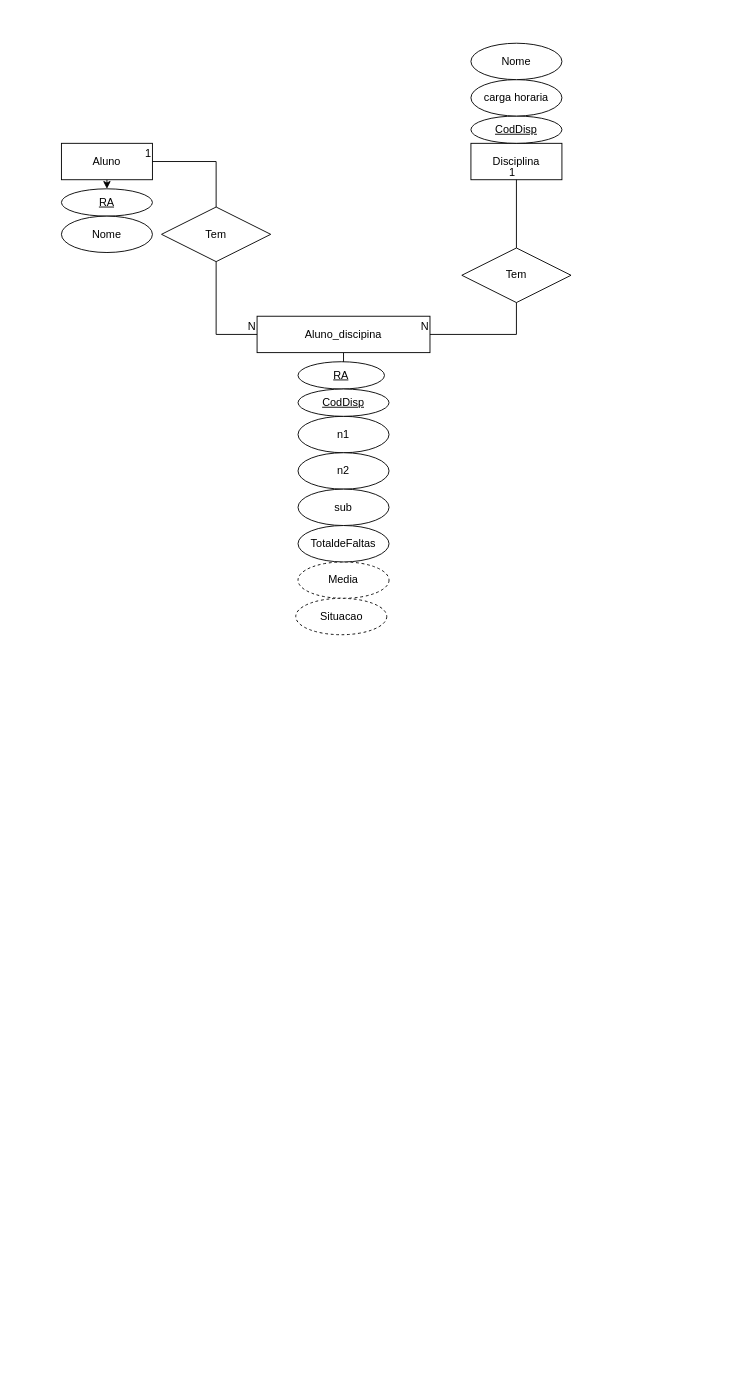
Before: Diagrama sem nome.drawio in JoaoMazzoni/DBControleAcademico, a draw.io diagram. Source tidied: cells renumbered, new cells numbered last; positions are measured from the earlier drawing's top-left corner, leaving out a move shared by most shapes. Both pictures are drawn from the tidied source at 91%, with x=0, y=0 at pixel (61, 43).
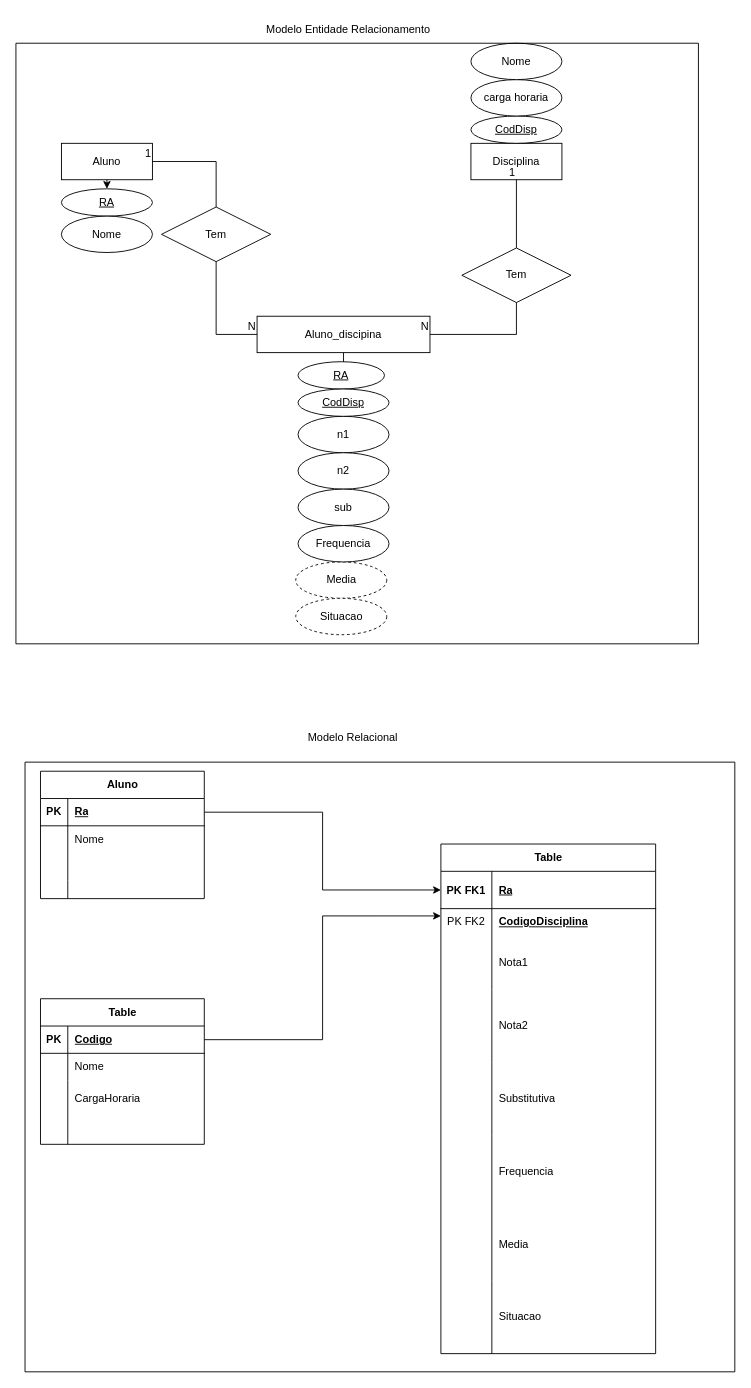
The same page after the edit.

Diff of the diagram source:
```diff
@@
     <mxCell id="13" value="Media" style="ellipse;whiteSpace=wrap;html=1;align=center;dashed=1;" parent="1" vertex="1">
-      <mxGeometry x="260" y="570" width="100" height="40" as="geometry" />
+      <mxGeometry x="257.5" y="570" width="100" height="40" as="geometry" />
     </mxCell>
-    <mxCell id="14" value="TotaldeFaltas" style="ellipse;whiteSpace=wrap;html=1;align=center;" parent="1" vertex="1">
+    <mxCell id="14" value="Frequencia" style="ellipse;whiteSpace=wrap;html=1;align=center;" parent="1" vertex="1">
       <mxGeometry x="260" y="530" width="100" height="40" as="geometry" />
     </mxCell>
@@
+    <mxCell id="30" value="Modelo Entidade Relacionamento" style="text;html=1;align=center;verticalAlign=middle;strokeColor=none;fillColor=none;" parent="1" vertex="1">
+      <mxGeometry x="215" y="-30" width="200" height="30" as="geometry" />
+    </mxCell>
+    <mxCell id="31" style="swimlane;startSize=0;" parent="1" vertex="1">
+      <mxGeometry x="-50" width="750" height="660" as="geometry" />
+    </mxCell>
+    <mxCell id="32" value="Aluno" style="shape=table;startSize=30;childLayout=tableLayout;rowLines=0;fontStyle=1;align=center;html=1;" parent="1" vertex="1">
+      <mxGeometry x="-23" y="800" width="180" height="140" as="geometry" />
+    </mxCell>
+    <mxCell id="33" style="shape=tableRow;horizontal=0;startSize=0;swimlaneHead=0;swimlaneBody=0;fillColor=none;points=[[0,0.5],[1,0.5]];portConstraint=eastwest;top=0;left=0;right=0;bottom=1;" parent="32" vertex="1">
+      <mxGeometry y="30" width="180" height="30" as="geometry" />
+    </mxCell>
+    <mxCell id="34" value="PK" style="shape=partialRectangle;fillColor=none;top=0;left=0;bottom=0;right=0;fontStyle=1;overflow=hidden;whiteSpace=wrap;html=1;" parent="33" vertex="1">
+      <mxGeometry width="30" height="30" as="geometry" />
+    </mxCell>
+    <mxCell id="35" value="Ra" style="shape=partialRectangle;fillColor=none;top=0;left=0;bottom=0;right=0;align=left;spacingLeft=6;fontStyle=5;overflow=hidden;whiteSpace=wrap;html=1;" parent="33" vertex="1">
+      <mxGeometry x="30" width="150" height="30" as="geometry" />
+    </mxCell>
+    <mxCell id="36" style="shape=tableRow;horizontal=0;startSize=0;swimlaneHead=0;swimlaneBody=0;fillColor=none;top=0;left=0;right=0;bottom=0;" parent="32" vertex="1">
+      <mxGeometry y="60" width="180" height="30" as="geometry" />
+    </mxCell>
+    <mxCell id="37" style="shape=partialRectangle;fillColor=none;top=0;left=0;bottom=0;right=0;overflow=hidden;whiteSpace=wrap;html=1;" parent="36" vertex="1">
+      <mxGeometry width="30" height="30" as="geometry" />
+    </mxCell>
+    <mxCell id="38" value="Nome" style="shape=partialRectangle;fillColor=none;top=0;left=0;bottom=0;right=0;align=left;spacingLeft=6;overflow=hidden;whiteSpace=wrap;html=1;" parent="36" vertex="1">
+      <mxGeometry x="30" width="150" height="30" as="geometry" />
+    </mxCell>
+    <mxCell id="39" style="shape=tableRow;horizontal=0;startSize=0;swimlaneHead=0;swimlaneBody=0;fillColor=none;top=0;left=0;right=0;bottom=0;" parent="32" vertex="1">
+      <mxGeometry y="90" width="180" height="30" as="geometry" />
+    </mxCell>
+    <mxCell id="40" style="shape=partialRectangle;fillColor=none;top=0;left=0;bottom=0;right=0;overflow=hidden;whiteSpace=wrap;html=1;" parent="39" vertex="1">
+      <mxGeometry width="30" height="30" as="geometry" />
+    </mxCell>
+    <mxCell id="41" style="shape=partialRectangle;fillColor=none;top=0;left=0;bottom=0;right=0;align=left;spacingLeft=6;overflow=hidden;whiteSpace=wrap;html=1;" parent="39" vertex="1">
+      <mxGeometry x="30" width="150" height="30" as="geometry" />
+    </mxCell>
+    <mxCell id="42" style="shape=tableRow;horizontal=0;startSize=0;swimlaneHead=0;swimlaneBody=0;fillColor=none;top=0;left=0;right=0;bottom=0;" parent="32" vertex="1">
+      <mxGeometry y="120" width="180" height="20" as="geometry" />
+    </mxCell>
+    <mxCell id="43" style="shape=partialRectangle;fillColor=none;top=0;left=0;bottom=0;right=0;overflow=hidden;whiteSpace=wrap;html=1;" parent="42" vertex="1">
+      <mxGeometry width="30" height="20" as="geometry" />
+    </mxCell>
+    <mxCell id="44" style="shape=partialRectangle;fillColor=none;top=0;left=0;bottom=0;right=0;align=left;spacingLeft=6;overflow=hidden;whiteSpace=wrap;html=1;" parent="42" vertex="1">
+      <mxGeometry x="30" width="150" height="20" as="geometry" />
+    </mxCell>
+    <mxCell id="45" value="Table" style="shape=table;startSize=30;childLayout=tableLayout;rowLines=0;fontStyle=1;align=center;html=1;" parent="1" vertex="1">
+      <mxGeometry x="417" y="880" width="236" height="560" as="geometry" />
+    </mxCell>
+    <mxCell id="46" style="shape=tableRow;horizontal=0;startSize=0;swimlaneHead=0;swimlaneBody=0;fillColor=none;points=[[0,0.5],[1,0.5]];portConstraint=eastwest;top=0;left=0;right=0;bottom=1;" parent="45" vertex="1">
+      <mxGeometry y="30" width="236" height="41" as="geometry" />
+    </mxCell>
+    <mxCell id="47" value="PK FK1" style="shape=partialRectangle;fillColor=none;top=0;left=0;bottom=0;right=0;fontStyle=1;overflow=hidden;whiteSpace=wrap;html=1;" parent="46" vertex="1">
+      <mxGeometry width="56" height="41" as="geometry" />
+    </mxCell>
+    <mxCell id="48" value="Ra" style="shape=partialRectangle;fillColor=none;top=0;left=0;bottom=0;right=0;align=left;spacingLeft=6;fontStyle=5;overflow=hidden;whiteSpace=wrap;html=1;" parent="46" vertex="1">
+      <mxGeometry x="56" width="180" height="41" as="geometry" />
+    </mxCell>
+    <mxCell id="49" style="shape=tableRow;horizontal=0;startSize=0;swimlaneHead=0;swimlaneBody=0;fillColor=none;points=[[0,0.5],[1,0.5]];portConstraint=eastwest;top=0;left=0;right=0;bottom=0;" parent="45" vertex="1">
+      <mxGeometry y="71" width="236" height="30" as="geometry" />
+    </mxCell>
+    <mxCell id="50" value="PK FK2" style="shape=partialRectangle;fillColor=none;top=0;left=0;bottom=0;right=0;overflow=hidden;whiteSpace=wrap;html=1;" parent="49" vertex="1">
+      <mxGeometry width="56" height="30" as="geometry" />
+    </mxCell>
+    <mxCell id="51" value="&lt;b&gt;&lt;u&gt;CodigoDisciplina&lt;/u&gt;&lt;/b&gt;" style="shape=partialRectangle;fillColor=none;top=0;left=0;bottom=0;right=0;align=left;spacingLeft=6;overflow=hidden;whiteSpace=wrap;html=1;" parent="49" vertex="1">
+      <mxGeometry x="56" width="180" height="30" as="geometry" />
+    </mxCell>
+    <mxCell id="52" style="shape=tableRow;horizontal=0;startSize=0;swimlaneHead=0;swimlaneBody=0;fillColor=none;top=0;left=0;right=0;bottom=0;" parent="45" vertex="1">
+      <mxGeometry y="101" width="236" height="59" as="geometry" />
+    </mxCell>
+    <mxCell id="53" style="shape=partialRectangle;fillColor=none;top=0;left=0;bottom=0;right=0;overflow=hidden;whiteSpace=wrap;html=1;" parent="52" vertex="1">
+      <mxGeometry width="56" height="59" as="geometry" />
+    </mxCell>
+    <mxCell id="54" value="Nota1" style="shape=partialRectangle;fillColor=none;top=0;left=0;bottom=0;right=0;align=left;spacingLeft=6;overflow=hidden;whiteSpace=wrap;html=1;" parent="52" vertex="1">
+      <mxGeometry x="56" width="180" height="59" as="geometry" />
+    </mxCell>
+    <mxCell id="55" style="shape=tableRow;horizontal=0;startSize=0;swimlaneHead=0;swimlaneBody=0;fillColor=none;top=0;left=0;right=0;bottom=0;" parent="45" vertex="1">
+      <mxGeometry y="160" width="236" height="80" as="geometry" />
+    </mxCell>
+    <mxCell id="56" style="shape=partialRectangle;fillColor=none;top=0;left=0;bottom=0;right=0;overflow=hidden;whiteSpace=wrap;html=1;" parent="55" vertex="1">
+      <mxGeometry width="56" height="80" as="geometry" />
+    </mxCell>
+    <mxCell id="57" value="Nota2" style="shape=partialRectangle;fillColor=none;top=0;left=0;bottom=0;right=0;align=left;spacingLeft=6;overflow=hidden;whiteSpace=wrap;html=1;" parent="55" vertex="1">
+      <mxGeometry x="56" width="180" height="80" as="geometry" />
+    </mxCell>
+    <mxCell id="58" style="shape=tableRow;horizontal=0;startSize=0;swimlaneHead=0;swimlaneBody=0;fillColor=none;top=0;left=0;right=0;bottom=0;" parent="45" vertex="1">
+      <mxGeometry y="240" width="236" height="80" as="geometry" />
+    </mxCell>
+    <mxCell id="59" style="shape=partialRectangle;fillColor=none;top=0;left=0;bottom=0;right=0;overflow=hidden;whiteSpace=wrap;html=1;" parent="58" vertex="1">
+      <mxGeometry width="56" height="80" as="geometry" />
+    </mxCell>
+    <mxCell id="60" value="Substitutiva" style="shape=partialRectangle;fillColor=none;top=0;left=0;bottom=0;right=0;align=left;spacingLeft=6;overflow=hidden;whiteSpace=wrap;html=1;" parent="58" vertex="1">
+      <mxGeometry x="56" width="180" height="80" as="geometry" />
+    </mxCell>
+    <mxCell id="61" style="shape=tableRow;horizontal=0;startSize=0;swimlaneHead=0;swimlaneBody=0;fillColor=none;top=0;left=0;right=0;bottom=0;" parent="45" vertex="1">
+      <mxGeometry y="320" width="236" height="80" as="geometry" />
+    </mxCell>
+    <mxCell id="62" style="shape=partialRectangle;fillColor=none;top=0;left=0;bottom=0;right=0;overflow=hidden;whiteSpace=wrap;html=1;" parent="61" vertex="1">
+      <mxGeometry width="56" height="80" as="geometry" />
+    </mxCell>
+    <mxCell id="63" value="Frequencia" style="shape=partialRectangle;fillColor=none;top=0;left=0;bottom=0;right=0;align=left;spacingLeft=6;overflow=hidden;whiteSpace=wrap;html=1;" parent="61" vertex="1">
+      <mxGeometry x="56" width="180" height="80" as="geometry" />
+    </mxCell>
+    <mxCell id="64" style="shape=tableRow;horizontal=0;startSize=0;swimlaneHead=0;swimlaneBody=0;fillColor=none;top=0;left=0;right=0;bottom=0;" parent="45" vertex="1">
+      <mxGeometry y="400" width="236" height="80" as="geometry" />
+    </mxCell>
+    <mxCell id="65" style="shape=partialRectangle;fillColor=none;top=0;left=0;bottom=0;right=0;overflow=hidden;whiteSpace=wrap;html=1;" parent="64" vertex="1">
+      <mxGeometry width="56" height="80" as="geometry" />
+    </mxCell>
+    <mxCell id="66" value="Media" style="shape=partialRectangle;fillColor=none;top=0;left=0;bottom=0;right=0;align=left;spacingLeft=6;overflow=hidden;whiteSpace=wrap;html=1;" parent="64" vertex="1">
+      <mxGeometry x="56" width="180" height="80" as="geometry" />
+    </mxCell>
+    <mxCell id="67" style="shape=tableRow;horizontal=0;startSize=0;swimlaneHead=0;swimlaneBody=0;fillColor=none;top=0;left=0;right=0;bottom=0;" parent="45" vertex="1">
+      <mxGeometry y="480" width="236" height="80" as="geometry" />
+    </mxCell>
+    <mxCell id="68" style="shape=partialRectangle;fillColor=none;top=0;left=0;bottom=0;right=0;overflow=hidden;whiteSpace=wrap;html=1;" parent="67" vertex="1">
+      <mxGeometry width="56" height="80" as="geometry" />
+    </mxCell>
+    <mxCell id="69" value="Situacao" style="shape=partialRectangle;fillColor=none;top=0;left=0;bottom=0;right=0;align=left;spacingLeft=6;overflow=hidden;whiteSpace=wrap;html=1;" parent="67" vertex="1">
+      <mxGeometry x="56" width="180" height="80" as="geometry" />
+    </mxCell>
+    <mxCell id="70" value="Table" style="shape=table;startSize=30;childLayout=tableLayout;rowLines=0;fontStyle=1;align=center;html=1;" parent="1" vertex="1">
+      <mxGeometry x="-23" y="1050" width="180" height="160" as="geometry" />
+    </mxCell>
+    <mxCell id="71" style="shape=tableRow;horizontal=0;startSize=0;swimlaneHead=0;swimlaneBody=0;fillColor=none;points=[[0,0.5],[1,0.5]];portConstraint=eastwest;top=0;left=0;right=0;bottom=1;" parent="70" vertex="1">
+      <mxGeometry y="30" width="180" height="30" as="geometry" />
+    </mxCell>
+    <mxCell id="72" value="PK" style="shape=partialRectangle;fillColor=none;top=0;left=0;bottom=0;right=0;fontStyle=1;overflow=hidden;whiteSpace=wrap;html=1;" parent="71" vertex="1">
+      <mxGeometry width="30" height="30" as="geometry" />
+    </mxCell>
+    <mxCell id="73" value="Codigo" style="shape=partialRectangle;fillColor=none;top=0;left=0;bottom=0;right=0;align=left;spacingLeft=6;fontStyle=5;overflow=hidden;whiteSpace=wrap;html=1;" parent="71" vertex="1">
+      <mxGeometry x="30" width="150" height="30" as="geometry" />
+    </mxCell>
+    <mxCell id="74" style="shape=tableRow;horizontal=0;startSize=0;swimlaneHead=0;swimlaneBody=0;fillColor=none;top=0;left=0;right=0;bottom=0;" parent="70" vertex="1">
+      <mxGeometry y="60" width="180" height="30" as="geometry" />
+    </mxCell>
+    <mxCell id="75" style="shape=partialRectangle;fillColor=none;top=0;left=0;bottom=0;right=0;overflow=hidden;whiteSpace=wrap;html=1;" parent="74" vertex="1">
+      <mxGeometry width="30" height="30" as="geometry" />
+    </mxCell>
+    <mxCell id="76" value="Nome" style="shape=partialRectangle;fillColor=none;top=0;left=0;bottom=0;right=0;align=left;spacingLeft=6;overflow=hidden;whiteSpace=wrap;html=1;" parent="74" vertex="1">
+      <mxGeometry x="30" width="150" height="30" as="geometry" />
+    </mxCell>
+    <mxCell id="77" style="shape=tableRow;horizontal=0;startSize=0;swimlaneHead=0;swimlaneBody=0;fillColor=none;top=0;left=0;right=0;bottom=0;" parent="70" vertex="1">
+      <mxGeometry y="90" width="180" height="40" as="geometry" />
+    </mxCell>
+    <mxCell id="78" style="shape=partialRectangle;fillColor=none;top=0;left=0;bottom=0;right=0;overflow=hidden;whiteSpace=wrap;html=1;" parent="77" vertex="1">
+      <mxGeometry width="30" height="40" as="geometry" />
+    </mxCell>
+    <mxCell id="79" value="CargaHoraria" style="shape=partialRectangle;fillColor=none;top=0;left=0;bottom=0;right=0;align=left;spacingLeft=6;overflow=hidden;whiteSpace=wrap;html=1;" parent="77" vertex="1">
+      <mxGeometry x="30" width="150" height="40" as="geometry" />
+    </mxCell>
+    <mxCell id="80" style="shape=tableRow;horizontal=0;startSize=0;swimlaneHead=0;swimlaneBody=0;fillColor=none;top=0;left=0;right=0;bottom=0;" parent="70" vertex="1">
+      <mxGeometry y="130" width="180" height="30" as="geometry" />
+    </mxCell>
+    <mxCell id="81" style="shape=partialRectangle;fillColor=none;top=0;left=0;bottom=0;right=0;overflow=hidden;whiteSpace=wrap;html=1;" parent="80" vertex="1">
+      <mxGeometry width="30" height="30" as="geometry" />
+    </mxCell>
+    <mxCell id="82" style="shape=partialRectangle;fillColor=none;top=0;left=0;bottom=0;right=0;align=left;spacingLeft=6;overflow=hidden;whiteSpace=wrap;html=1;" parent="80" vertex="1">
+      <mxGeometry x="30" width="150" height="30" as="geometry" />
+    </mxCell>
+    <mxCell id="83" style="edgeStyle=orthogonalEdgeStyle;rounded=0;jettySize=auto;html=1;entryX=0;entryY=0.267;entryDx=0;entryDy=0;entryPerimeter=0;" parent="1" edge="1" source="71" target="49">
+      <mxGeometry relative="1" as="geometry" />
+    </mxCell>
+    <mxCell id="84" style="edgeStyle=orthogonalEdgeStyle;rounded=0;jettySize=auto;html=1;entryX=0;entryY=0.5;entryDx=0;entryDy=0;" parent="1" edge="1" source="33" target="46">
+      <mxGeometry relative="1" as="geometry" />
+    </mxCell>
+    <mxCell id="85" style="swimlane;startSize=0;" parent="1" vertex="1">
+      <mxGeometry x="-40" y="790" width="780" height="670" as="geometry" />
+    </mxCell>
+    <mxCell id="86" value="Modelo Relacional" style="text;html=1;align=center;verticalAlign=middle;strokeColor=none;fillColor=none;" parent="1" vertex="1">
+      <mxGeometry x="260" y="748" width="120" height="30" as="geometry" />
+    </mxCell>
```
